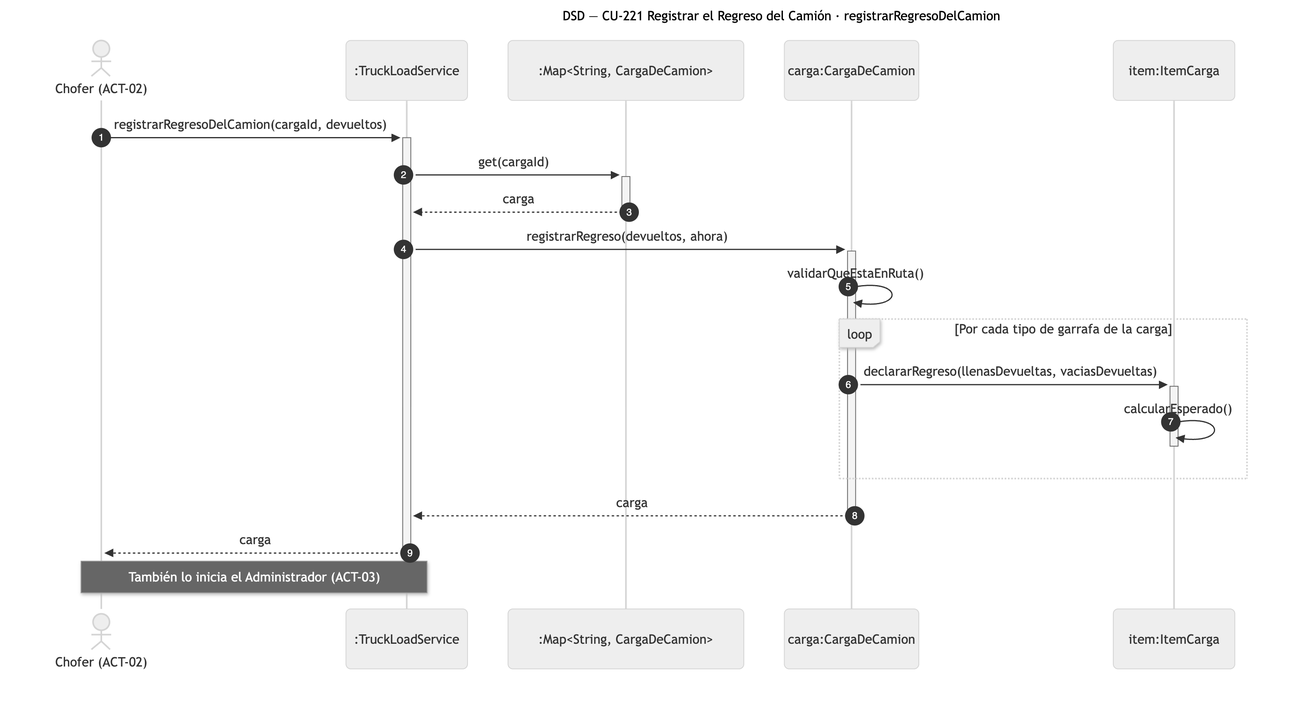
Nahuelito-Dev/splg-docs keeps this Mermaid diagram as diagramas/png/DSD_CU-221_registrarRegresoDelCamion.png. Above is the earlier version. Its source is kept beside it as diagramas/DSD_CU-221_registrarRegresoDelCamion.mmd. The source it was exported from:
```mermaid
sequenceDiagram
    title DSD — CU-221 Registrar el Regreso del Camión · registrarRegresoDelCamion
    autonumber
    actor CHO as Chofer (ACT-02)
    participant SRV as :TruckLoadService
    participant COL as :Map#lt;String, CargaDeCamion#gt;
    participant CAR as carga:CargaDeCamion
    participant ICA as item:ItemCarga

    CHO->>+SRV: registrarRegresoDelCamion(cargaId, devueltos)
    SRV->>+COL: get(cargaId)
    COL-->>-SRV: carga
    SRV->>+CAR: registrarRegreso(devueltos, ahora)
    CAR->>CAR: validarQueEstaEnRuta()
    loop Por cada tipo de garrafa de la carga
        CAR->>+ICA: declararRegreso(llenasDevueltas, vaciasDevueltas)
        ICA->>ICA: calcularEsperado()
        deactivate ICA
    end
    CAR-->>-SRV: carga
    SRV-->>-CHO: carga
    Note over CHO,SRV: También lo inicia el Administrador (ACT-03)
```
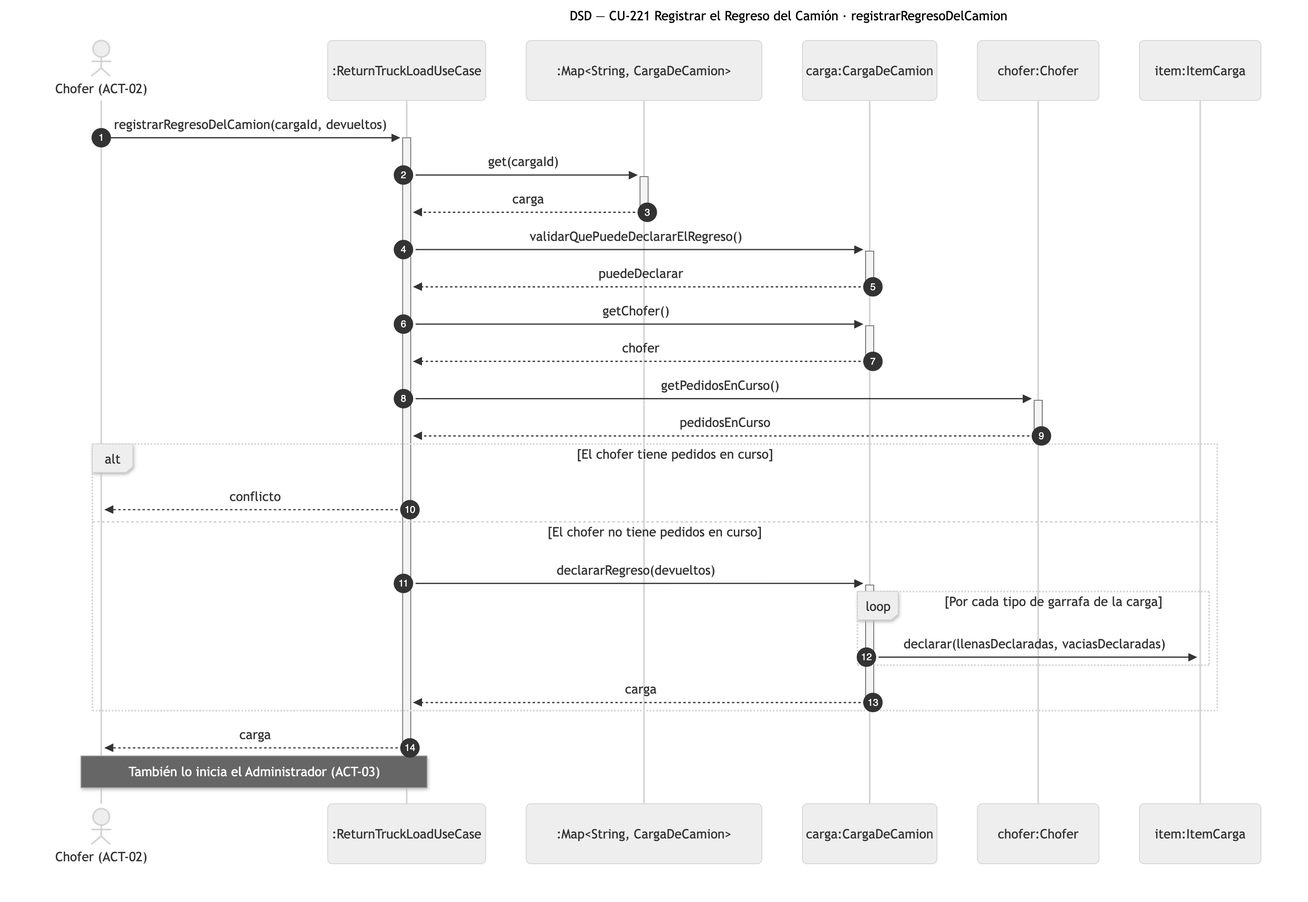
The same diagram one commit later.

Diff of the diagram source:
```diff
@@ -2,21 +2,29 @@
     title DSD — CU-221 Registrar el Regreso del Camión · registrarRegresoDelCamion
     autonumber
     actor CHO as Chofer (ACT-02)
-    participant SRV as :TruckLoadService
+    participant SRV as :ReturnTruckLoadUseCase
     participant COL as :Map#lt;String, CargaDeCamion#gt;
     participant CAR as carga:CargaDeCamion
+    participant CHF as chofer:Chofer
     participant ICA as item:ItemCarga
 
     CHO->>+SRV: registrarRegresoDelCamion(cargaId, devueltos)
     SRV->>+COL: get(cargaId)
     COL-->>-SRV: carga
-    SRV->>+CAR: registrarRegreso(devueltos, ahora)
-    CAR->>CAR: validarQueEstaEnRuta()
-    loop Por cada tipo de garrafa de la carga
-        CAR->>+ICA: declararRegreso(llenasDevueltas, vaciasDevueltas)
-        ICA->>ICA: calcularEsperado()
-        deactivate ICA
+    SRV->>+CAR: validarQuePuedeDeclararElRegreso()
+    CAR-->>-SRV: puedeDeclarar
+    SRV->>+CAR: getChofer()
+    CAR-->>-SRV: chofer
+    SRV->>+CHF: getPedidosEnCurso()
+    CHF-->>-SRV: pedidosEnCurso
+    alt El chofer tiene pedidos en curso
+        SRV-->>CHO: conflicto
+    else El chofer no tiene pedidos en curso
+        SRV->>+CAR: declararRegreso(devueltos)
+        loop Por cada tipo de garrafa de la carga
+            CAR->>ICA: declarar(llenasDeclaradas, vaciasDeclaradas)
+        end
+        CAR-->>-SRV: carga
     end
-    CAR-->>-SRV: carga
     SRV-->>-CHO: carga
     Note over CHO,SRV: También lo inicia el Administrador (ACT-03)
```
